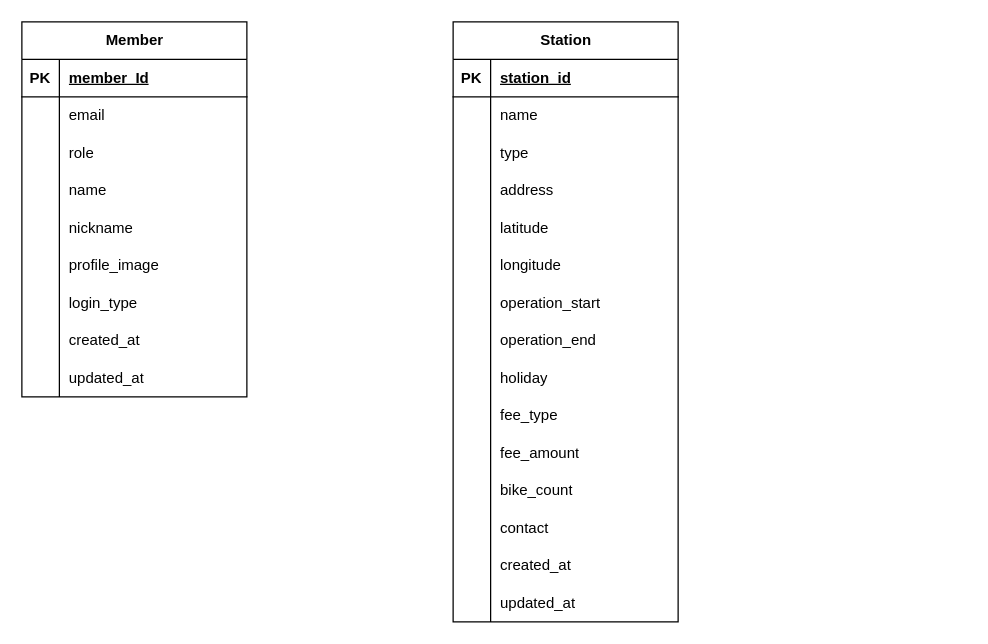
This is SessakBoriERD.drawio from 2025-All4Land-RideOn/ERD, a draw.io file, before an edit. Source tidied: cells renumbered, new cells numbered last; positions are measured from the earlier drawing's top-left corner, leaving out a move shared by most shapes. Both pictures are drawn from the tidied source at 125%, with x=0, y=0 at pixel (21, 21).
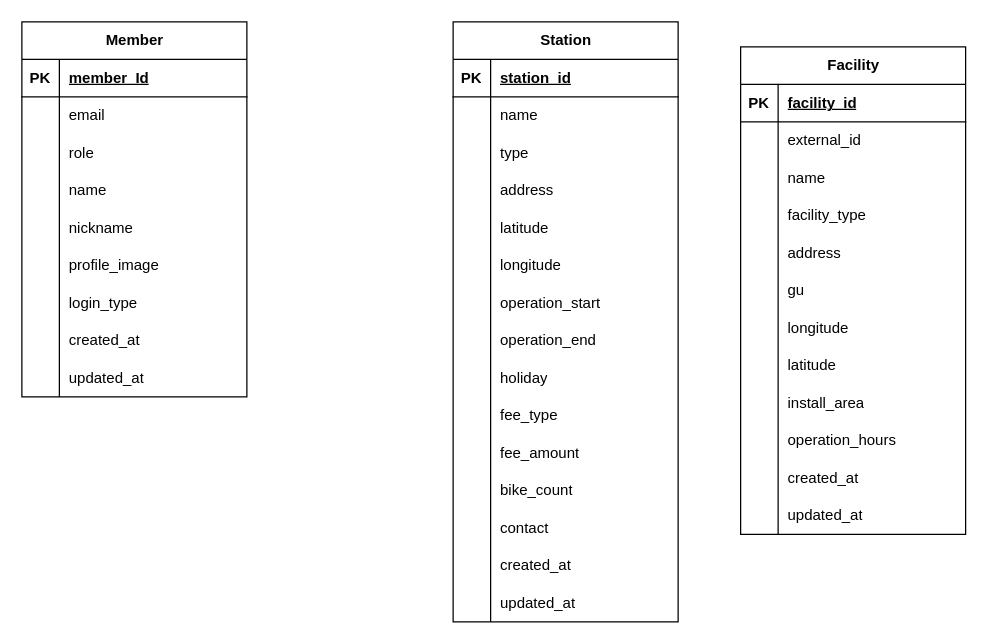
The same diagram, later.

Commit message:
docs: 자전거 편의시설(Facility) 테이블 추가

Diff of the diagram source:
```diff
@@
+    <mxCell id="76" value="Facility" style="shape=table;startSize=30;childLayout=tableLayout;rowLines=0;fontStyle=1;align=center;html=1;" parent="1" vertex="1">
+      <mxGeometry x="575" y="20" width="180" height="390" as="geometry" />
+    </mxCell>
+    <mxCell id="77" style="shape=tableRow;horizontal=0;startSize=0;swimlaneHead=0;swimlaneBody=0;fillColor=none;top=0;left=0;right=0;bottom=1;" parent="76" vertex="1">
+      <mxGeometry y="30" width="180" height="30" as="geometry" />
+    </mxCell>
+    <mxCell id="78" value="PK" style="shape=partialRectangle;fillColor=none;top=0;left=0;bottom=0;right=0;fontStyle=1;overflow=hidden;whiteSpace=wrap;html=1;" parent="77" vertex="1">
+      <mxGeometry width="30" height="30" as="geometry" />
+    </mxCell>
+    <mxCell id="79" value="facility_id" style="shape=partialRectangle;fillColor=none;top=0;left=0;bottom=0;right=0;align=left;spacingLeft=6;fontStyle=5;overflow=hidden;whiteSpace=wrap;html=1;" parent="77" vertex="1">
+      <mxGeometry x="30" width="150" height="30" as="geometry" />
+    </mxCell>
+    <mxCell id="80" style="shape=tableRow;horizontal=0;startSize=0;swimlaneHead=0;swimlaneBody=0;fillColor=none;top=0;left=0;right=0;bottom=0;" parent="76" vertex="1">
+      <mxGeometry y="60" width="180" height="30" as="geometry" />
+    </mxCell>
+    <mxCell id="81" style="shape=partialRectangle;fillColor=none;top=0;left=0;bottom=0;right=0;overflow=hidden;whiteSpace=wrap;html=1;" parent="80" vertex="1">
+      <mxGeometry width="30" height="30" as="geometry" />
+    </mxCell>
+    <mxCell id="82" value="external_id" style="shape=partialRectangle;fillColor=none;top=0;left=0;bottom=0;right=0;align=left;spacingLeft=6;overflow=hidden;whiteSpace=wrap;html=1;" parent="80" vertex="1">
+      <mxGeometry x="30" width="150" height="30" as="geometry" />
+    </mxCell>
+    <mxCell id="83" style="shape=tableRow;horizontal=0;startSize=0;swimlaneHead=0;swimlaneBody=0;fillColor=none;top=0;left=0;right=0;bottom=0;" parent="76" vertex="1">
+      <mxGeometry y="90" width="180" height="30" as="geometry" />
+    </mxCell>
+    <mxCell id="84" style="shape=partialRectangle;fillColor=none;top=0;left=0;bottom=0;right=0;overflow=hidden;whiteSpace=wrap;html=1;" parent="83" vertex="1">
+      <mxGeometry width="30" height="30" as="geometry" />
+    </mxCell>
+    <mxCell id="85" value="name" style="shape=partialRectangle;fillColor=none;top=0;left=0;bottom=0;right=0;align=left;spacingLeft=6;overflow=hidden;whiteSpace=wrap;html=1;" parent="83" vertex="1">
+      <mxGeometry x="30" width="150" height="30" as="geometry" />
+    </mxCell>
+    <mxCell id="86" style="shape=tableRow;horizontal=0;startSize=0;swimlaneHead=0;swimlaneBody=0;fillColor=none;top=0;left=0;right=0;bottom=0;" parent="76" vertex="1">
+      <mxGeometry y="120" width="180" height="30" as="geometry" />
+    </mxCell>
+    <mxCell id="87" style="shape=partialRectangle;fillColor=none;top=0;left=0;bottom=0;right=0;overflow=hidden;whiteSpace=wrap;html=1;" parent="86" vertex="1">
+      <mxGeometry width="30" height="30" as="geometry" />
+    </mxCell>
+    <mxCell id="88" value="facility_type" style="shape=partialRectangle;fillColor=none;top=0;left=0;bottom=0;right=0;align=left;spacingLeft=6;overflow=hidden;whiteSpace=wrap;html=1;" parent="86" vertex="1">
+      <mxGeometry x="30" width="150" height="30" as="geometry" />
+    </mxCell>
+    <mxCell id="89" style="shape=tableRow;horizontal=0;startSize=0;swimlaneHead=0;swimlaneBody=0;fillColor=none;top=0;left=0;right=0;bottom=0;" parent="76" vertex="1">
+      <mxGeometry y="150" width="180" height="30" as="geometry" />
+    </mxCell>
+    <mxCell id="90" style="shape=partialRectangle;fillColor=none;top=0;left=0;bottom=0;right=0;overflow=hidden;whiteSpace=wrap;html=1;" parent="89" vertex="1">
+      <mxGeometry width="30" height="30" as="geometry" />
+    </mxCell>
+    <mxCell id="91" value="address" style="shape=partialRectangle;fillColor=none;top=0;left=0;bottom=0;right=0;align=left;spacingLeft=6;overflow=hidden;whiteSpace=wrap;html=1;" parent="89" vertex="1">
+      <mxGeometry x="30" width="150" height="30" as="geometry" />
+    </mxCell>
+    <mxCell id="92" style="shape=tableRow;horizontal=0;startSize=0;swimlaneHead=0;swimlaneBody=0;fillColor=none;top=0;left=0;right=0;bottom=0;" parent="76" vertex="1">
+      <mxGeometry y="180" width="180" height="30" as="geometry" />
+    </mxCell>
+    <mxCell id="93" style="shape=partialRectangle;fillColor=none;top=0;left=0;bottom=0;right=0;overflow=hidden;whiteSpace=wrap;html=1;" parent="92" vertex="1">
+      <mxGeometry width="30" height="30" as="geometry" />
+    </mxCell>
+    <mxCell id="94" value="gu" style="shape=partialRectangle;fillColor=none;top=0;left=0;bottom=0;right=0;align=left;spacingLeft=6;overflow=hidden;whiteSpace=wrap;html=1;" parent="92" vertex="1">
+      <mxGeometry x="30" width="150" height="30" as="geometry" />
+    </mxCell>
+    <mxCell id="95" style="shape=tableRow;horizontal=0;startSize=0;swimlaneHead=0;swimlaneBody=0;fillColor=none;top=0;left=0;right=0;bottom=0;" parent="76" vertex="1">
+      <mxGeometry y="210" width="180" height="30" as="geometry" />
+    </mxCell>
+    <mxCell id="96" style="shape=partialRectangle;fillColor=none;top=0;left=0;bottom=0;right=0;overflow=hidden;whiteSpace=wrap;html=1;" parent="95" vertex="1">
+      <mxGeometry width="30" height="30" as="geometry" />
+    </mxCell>
+    <mxCell id="97" value="longitude" style="shape=partialRectangle;fillColor=none;top=0;left=0;bottom=0;right=0;align=left;spacingLeft=6;overflow=hidden;whiteSpace=wrap;html=1;" parent="95" vertex="1">
+      <mxGeometry x="30" width="150" height="30" as="geometry" />
+    </mxCell>
+    <mxCell id="98" style="shape=tableRow;horizontal=0;startSize=0;swimlaneHead=0;swimlaneBody=0;fillColor=none;top=0;left=0;right=0;bottom=0;" parent="76" vertex="1">
+      <mxGeometry y="240" width="180" height="30" as="geometry" />
+    </mxCell>
+    <mxCell id="99" style="shape=partialRectangle;fillColor=none;top=0;left=0;bottom=0;right=0;overflow=hidden;whiteSpace=wrap;html=1;" parent="98" vertex="1">
+      <mxGeometry width="30" height="30" as="geometry" />
+    </mxCell>
+    <mxCell id="100" value="latitude" style="shape=partialRectangle;fillColor=none;top=0;left=0;bottom=0;right=0;align=left;spacingLeft=6;overflow=hidden;whiteSpace=wrap;html=1;" parent="98" vertex="1">
+      <mxGeometry x="30" width="150" height="30" as="geometry" />
+    </mxCell>
+    <mxCell id="101" style="shape=tableRow;horizontal=0;startSize=0;swimlaneHead=0;swimlaneBody=0;fillColor=none;top=0;left=0;right=0;bottom=0;" parent="76" vertex="1">
+      <mxGeometry y="270" width="180" height="30" as="geometry" />
+    </mxCell>
+    <mxCell id="102" style="shape=partialRectangle;fillColor=none;top=0;left=0;bottom=0;right=0;overflow=hidden;whiteSpace=wrap;html=1;" parent="101" vertex="1">
+      <mxGeometry width="30" height="30" as="geometry" />
+    </mxCell>
+    <mxCell id="103" value="install_area" style="shape=partialRectangle;fillColor=none;top=0;left=0;bottom=0;right=0;align=left;spacingLeft=6;overflow=hidden;whiteSpace=wrap;html=1;" parent="101" vertex="1">
+      <mxGeometry x="30" width="150" height="30" as="geometry" />
+    </mxCell>
+    <mxCell id="104" style="shape=tableRow;horizontal=0;startSize=0;swimlaneHead=0;swimlaneBody=0;fillColor=none;top=0;left=0;right=0;bottom=0;" parent="76" vertex="1">
+      <mxGeometry y="300" width="180" height="30" as="geometry" />
+    </mxCell>
+    <mxCell id="105" style="shape=partialRectangle;fillColor=none;top=0;left=0;bottom=0;right=0;overflow=hidden;whiteSpace=wrap;html=1;" parent="104" vertex="1">
+      <mxGeometry width="30" height="30" as="geometry" />
+    </mxCell>
+    <mxCell id="106" value="operation_hours" style="shape=partialRectangle;fillColor=none;top=0;left=0;bottom=0;right=0;align=left;spacingLeft=6;overflow=hidden;whiteSpace=wrap;html=1;" parent="104" vertex="1">
+      <mxGeometry x="30" width="150" height="30" as="geometry" />
+    </mxCell>
+    <mxCell id="107" style="shape=tableRow;horizontal=0;startSize=0;swimlaneHead=0;swimlaneBody=0;fillColor=none;top=0;left=0;right=0;bottom=0;" parent="76" vertex="1">
+      <mxGeometry y="330" width="180" height="30" as="geometry" />
+    </mxCell>
+    <mxCell id="108" style="shape=partialRectangle;fillColor=none;top=0;left=0;bottom=0;right=0;overflow=hidden;whiteSpace=wrap;html=1;" parent="107" vertex="1">
+      <mxGeometry width="30" height="30" as="geometry" />
+    </mxCell>
+    <mxCell id="109" value="created_at" style="shape=partialRectangle;fillColor=none;top=0;left=0;bottom=0;right=0;align=left;spacingLeft=6;overflow=hidden;whiteSpace=wrap;html=1;" parent="107" vertex="1">
+      <mxGeometry x="30" width="150" height="30" as="geometry" />
+    </mxCell>
+    <mxCell id="110" style="shape=tableRow;horizontal=0;startSize=0;swimlaneHead=0;swimlaneBody=0;fillColor=none;top=0;left=0;right=0;bottom=0;" parent="76" vertex="1">
+      <mxGeometry y="360" width="180" height="30" as="geometry" />
+    </mxCell>
+    <mxCell id="111" style="shape=partialRectangle;fillColor=none;top=0;left=0;bottom=0;right=0;overflow=hidden;whiteSpace=wrap;html=1;" parent="110" vertex="1">
+      <mxGeometry width="30" height="30" as="geometry" />
+    </mxCell>
+    <mxCell id="112" value="updated_at" style="shape=partialRectangle;fillColor=none;top=0;left=0;bottom=0;right=0;align=left;spacingLeft=6;overflow=hidden;whiteSpace=wrap;html=1;" parent="110" vertex="1">
+      <mxGeometry x="30" width="150" height="30" as="geometry" />
+    </mxCell>
```
